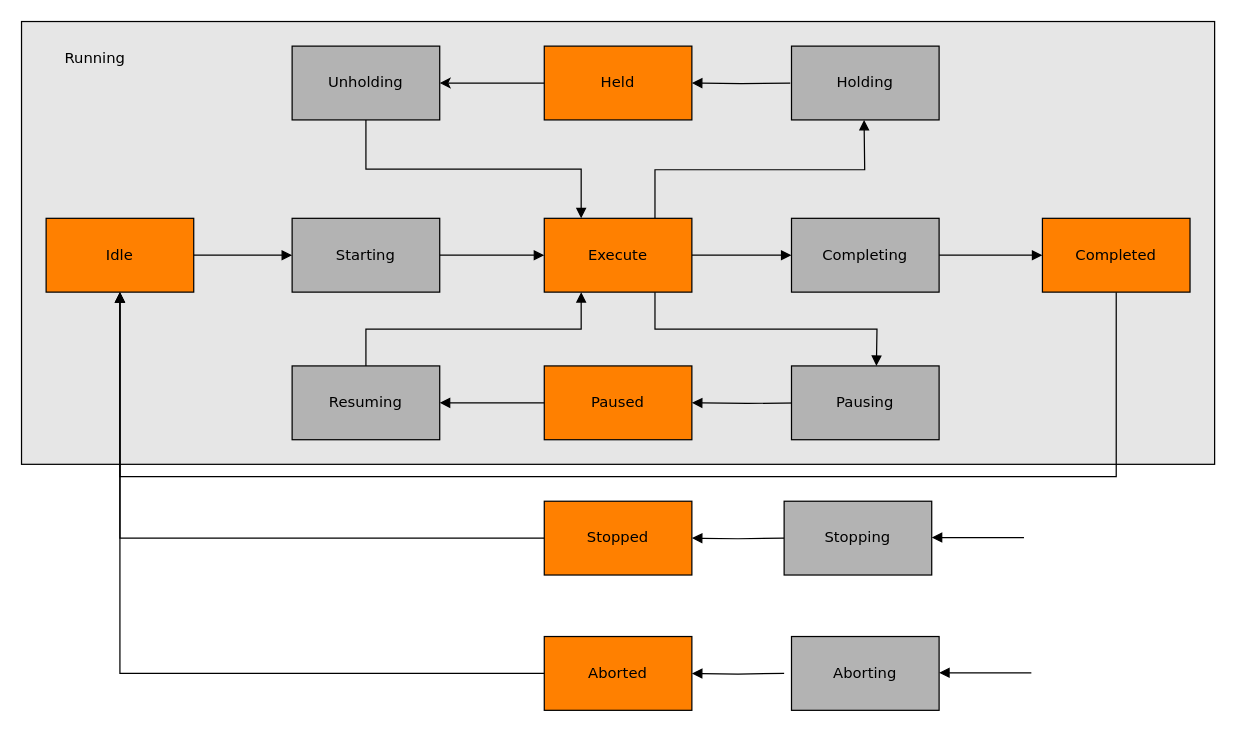
Above: page "ISA88" (1 of 2) of docs/Unbenanntes Diagramm.drawio in PeterZerlauth/Tc3_Component (draw.io), before the change. Source tidied: cells renumbered, new cells numbered last; positions are measured from the earlier drawing's top-left corner, leaving out a move shared by most shapes. Both pictures are drawn from the tidied source at 123%, with x=0, y=0 at pixel (21, 21).
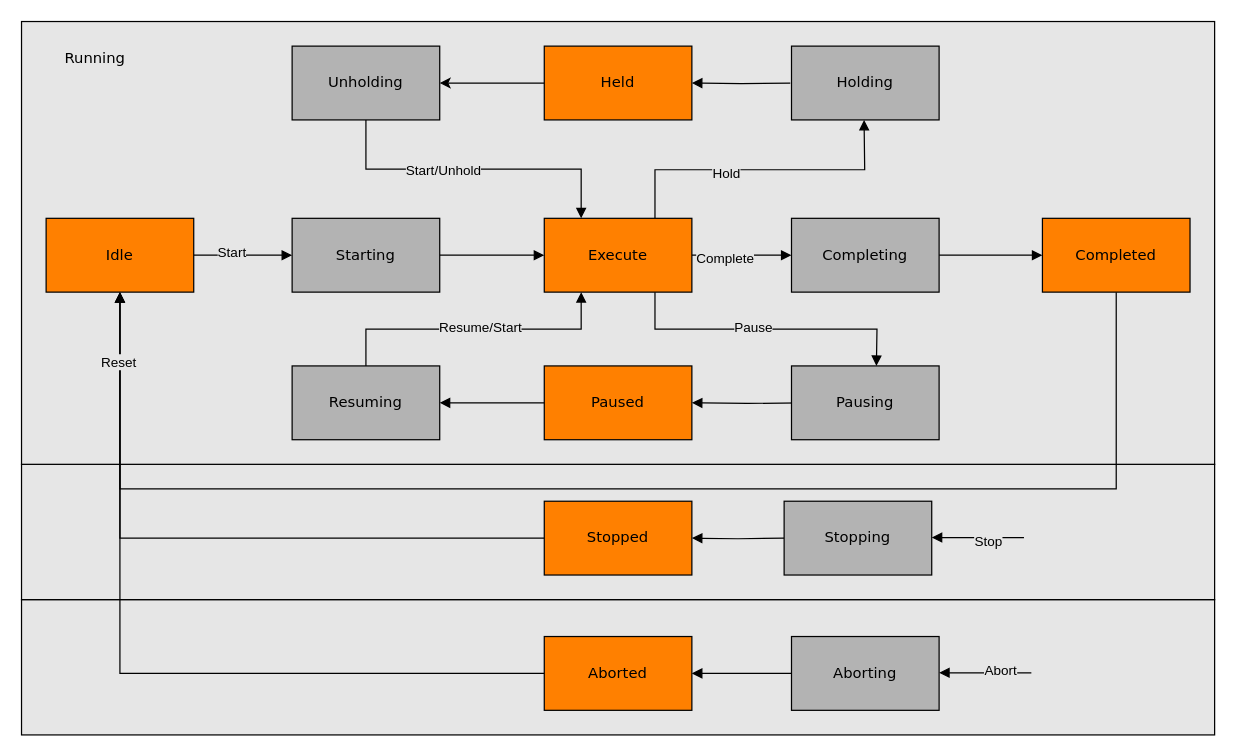
After the change.

Unchanged cells that the change refers to:
```xml
<mxCell id="5" style="edgeStyle=orthogonalEdgeStyle;rounded=0;jettySize=auto;html=1;entryX=0.5;entryY=1;entryDx=0;entryDy=0;strokeColor=default;align=center;verticalAlign=middle;fontFamily=Helvetica;fontSize=11;fontColor=default;labelBackgroundColor=default;endArrow=block;endFill=1;exitX=0.75;exitY=0;exitDx=0;exitDy=0;" parent="1" edge="1" source="7">
  <mxGeometry relative="1" as="geometry">
    <mxPoint x="685" y="80" as="targetPoint" />
  </mxGeometry>
</mxCell>
<mxCell id="6" style="edgeStyle=orthogonalEdgeStyle;rounded=0;jettySize=auto;html=1;exitX=1;exitY=0.5;exitDx=0;exitDy=0;entryX=0;entryY=0.5;entryDx=0;entryDy=0;strokeColor=default;align=center;verticalAlign=middle;fontFamily=Helvetica;fontSize=11;fontColor=default;labelBackgroundColor=default;endArrow=block;endFill=1;" parent="1" edge="1" source="7" target="32">
  <mxGeometry relative="1" as="geometry" />
</mxCell>
<mxCell id="11" style="edgeStyle=orthogonalEdgeStyle;rounded=0;jettySize=auto;html=1;entryX=0.5;entryY=0;entryDx=0;entryDy=0;strokeColor=default;align=center;verticalAlign=middle;fontFamily=Helvetica;fontSize=11;fontColor=default;labelBackgroundColor=default;endArrow=block;endFill=1;exitX=0.75;exitY=1;exitDx=0;exitDy=0;" parent="1" edge="1" source="7">
  <mxGeometry relative="1" as="geometry">
    <mxPoint x="695" y="280" as="targetPoint" />
  </mxGeometry>
</mxCell>
<mxCell id="12" style="edgeStyle=orthogonalEdgeStyle;rounded=0;jettySize=auto;html=1;strokeColor=default;align=center;verticalAlign=middle;fontFamily=Helvetica;fontSize=11;fontColor=default;labelBackgroundColor=default;endArrow=block;endFill=1;entryX=0;entryY=0.5;entryDx=0;entryDy=0;" parent="1" edge="1" source="13" target="23">
  <mxGeometry relative="1" as="geometry" />
</mxCell>
<mxCell id="13" value="Idle" style="rounded=0;whiteSpace=wrap;html=1;arcSize=24;fillColor=#FF8000;strokeColor=#000000;shadow=0;comic=0;labelBackgroundColor=none;fontFamily=Verdana;fontSize=12;fontColor=#000000;align=center;" parent="1" vertex="1">
  <mxGeometry x="20" y="160" width="120" height="60" as="geometry" />
</mxCell>
<mxCell id="17" value="Aborted" style="rounded=0;whiteSpace=wrap;html=1;arcSize=24;fillColor=#FF8000;strokeColor=#000000;shadow=0;comic=0;labelBackgroundColor=none;fontFamily=Verdana;fontSize=12;fontColor=#000000;align=center;" parent="1" vertex="1">
  <mxGeometry x="425" y="500" width="120" height="60" as="geometry" />
</mxCell>
<mxCell id="19" value="Completed" style="rounded=0;whiteSpace=wrap;html=1;arcSize=24;fillColor=#FF8000;strokeColor=#000000;shadow=0;comic=0;labelBackgroundColor=none;fontFamily=Verdana;fontSize=12;fontColor=#000000;align=center;" parent="1" vertex="1">
  <mxGeometry x="830" y="160" width="120" height="60" as="geometry" />
</mxCell>
<mxCell id="25" style="edgeStyle=orthogonalEdgeStyle;rounded=0;jettySize=auto;html=1;exitX=0.5;exitY=1;exitDx=0;exitDy=0;entryX=0.25;entryY=0;entryDx=0;entryDy=0;strokeColor=default;align=center;verticalAlign=middle;fontFamily=Helvetica;fontSize=11;fontColor=default;labelBackgroundColor=default;endArrow=block;endFill=1;" parent="1" edge="1" source="26" target="7">
  <mxGeometry relative="1" as="geometry" />
</mxCell>
<mxCell id="29" style="edgeStyle=orthogonalEdgeStyle;rounded=0;jettySize=auto;html=1;exitX=0.5;exitY=0;exitDx=0;exitDy=0;entryX=0.25;entryY=1;entryDx=0;entryDy=0;strokeColor=default;align=center;verticalAlign=middle;fontFamily=Helvetica;fontSize=11;fontColor=default;labelBackgroundColor=default;endArrow=block;endFill=1;" parent="1" edge="1" source="30" target="7">
  <mxGeometry relative="1" as="geometry" />
</mxCell>
<mxCell id="34" value="Aborting" style="rounded=0;whiteSpace=wrap;html=1;arcSize=24;fillColor=#B3B3B3;strokeColor=#000000;shadow=0;comic=0;labelBackgroundColor=none;fontFamily=Verdana;fontSize=12;fontColor=#000000;align=center;" parent="1" vertex="1">
  <mxGeometry x="626" y="500" width="120" height="60" as="geometry" />
</mxCell>
<mxCell id="35" style="edgeStyle=orthogonalEdgeStyle;rounded=0;orthogonalLoop=1;jettySize=auto;html=1;strokeColor=default;align=center;verticalAlign=middle;fontFamily=Helvetica;fontSize=11;fontColor=default;labelBackgroundColor=default;endArrow=block;endFill=1;" parent="1" edge="1">
  <mxGeometry relative="1" as="geometry">
    <mxPoint x="815" y="419.5" as="sourcePoint" />
    <mxPoint x="740" y="419.5" as="targetPoint" />
  </mxGeometry>
</mxCell>
<mxCell id="36" style="edgeStyle=orthogonalEdgeStyle;rounded=0;orthogonalLoop=1;jettySize=auto;html=1;strokeColor=default;align=center;verticalAlign=middle;fontFamily=Helvetica;fontSize=11;fontColor=default;labelBackgroundColor=default;endArrow=block;endFill=1;" parent="1" edge="1">
  <mxGeometry relative="1" as="geometry">
    <mxPoint x="821" y="529.5" as="sourcePoint" />
    <mxPoint x="746" y="529.5" as="targetPoint" />
  </mxGeometry>
</mxCell>
```

The edit, as a diff of the source:
```diff
@@
+    <mxCell id="38" style="rounded=0;whiteSpace=wrap;html=1;fontFamily=Helvetica;fontSize=11;fontColor=default;labelBackgroundColor=default;fillColor=#E6E6E6;" parent="1" vertex="1">
+      <mxGeometry y="470" width="970" height="110" as="geometry" />
+    </mxCell>
+    <mxCell id="39" style="rounded=0;whiteSpace=wrap;html=1;fontFamily=Helvetica;fontSize=11;fontColor=default;labelBackgroundColor=default;fillColor=#E6E6E6;" parent="1" vertex="1">
+      <mxGeometry y="360" width="970" height="110" as="geometry" />
+    </mxCell>
@@
+    <mxCell id="40" value="Hold" style="edgeLabel;html=1;align=center;verticalAlign=middle;fontFamily=Helvetica;fontSize=11;fontColor=default;labelBackgroundColor=#E6E6E6;" parent="5" vertex="1">
+      <mxGeometry x="-0.23" y="-2" relative="1" as="geometry">
+        <mxPoint x="1" y="1" as="offset" />
+      </mxGeometry>
+    </mxCell>
@@
+    <mxCell id="41" value="Complete" style="edgeLabel;html=1;align=center;verticalAlign=middle;fontFamily=Helvetica;fontSize=11;fontColor=default;labelBackgroundColor=#E6E6E6;" parent="6" vertex="1">
+      <mxGeometry x="-0.36" y="-2" relative="1" as="geometry" />
+    </mxCell>
@@
+    <mxCell id="42" value="Pause" style="edgeLabel;html=1;align=center;verticalAlign=middle;fontFamily=Helvetica;fontSize=11;fontColor=default;labelBackgroundColor=#E6E6E6;" parent="11" vertex="1">
+      <mxGeometry x="-0.09" y="2" relative="1" as="geometry" />
+    </mxCell>
@@
+    <mxCell id="43" value="Start" style="edgeLabel;html=1;align=center;verticalAlign=middle;fontFamily=Helvetica;fontSize=11;fontColor=default;labelBackgroundColor=#E6E6E6;" parent="12" vertex="1">
+      <mxGeometry x="-0.25" y="3" relative="1" as="geometry" />
+    </mxCell>
@@
     <mxCell id="18" style="edgeStyle=orthogonalEdgeStyle;rounded=0;jettySize=auto;html=1;exitX=0.5;exitY=1;exitDx=0;exitDy=0;entryX=0.5;entryY=1;entryDx=0;entryDy=0;strokeColor=default;align=center;verticalAlign=middle;fontFamily=Helvetica;fontSize=11;fontColor=default;labelBackgroundColor=default;endArrow=block;endFill=1;" parent="1" edge="1" source="19" target="13">
       <mxGeometry relative="1" as="geometry">
         <Array as="points">
-          <mxPoint x="890" y="370" />
-          <mxPoint x="80" y="370" />
+          <mxPoint x="890" y="380" />
+          <mxPoint x="80" y="380" />
         </Array>
       </mxGeometry>
     </mxCell>
+    <mxCell id="44" value="Reset" style="edgeLabel;html=1;align=center;verticalAlign=middle;fontFamily=Helvetica;fontSize=11;fontColor=default;labelBackgroundColor=#E6E6E6;" parent="18" vertex="1">
+      <mxGeometry x="0.9" y="2" relative="1" as="geometry" />
+    </mxCell>
@@
-    <mxCell id="21" style="edgeStyle=orthogonalEdgeStyle;rounded=0;jettySize=auto;html=1;strokeColor=default;align=center;verticalAlign=middle;fontFamily=Helvetica;fontSize=11;fontColor=default;labelBackgroundColor=default;endArrow=block;endFill=1;" parent="1" edge="1" target="17">
-      <mxGeometry relative="1" as="geometry">
-        <mxPoint x="620" y="530" as="sourcePoint" />
-      </mxGeometry>
+    <mxCell id="21" style="edgeStyle=orthogonalEdgeStyle;rounded=0;jettySize=auto;html=1;strokeColor=default;align=center;verticalAlign=middle;fontFamily=Helvetica;fontSize=11;fontColor=default;labelBackgroundColor=default;endArrow=block;endFill=1;exitX=0.033;exitY=0.5;exitDx=0;exitDy=0;exitPerimeter=0;" parent="1" edge="1" source="34" target="17">
+      <mxGeometry relative="1" as="geometry" />
     </mxCell>
@@
+    <mxCell id="45" value="Start/Unhold" style="edgeLabel;html=1;align=center;verticalAlign=middle;fontFamily=Helvetica;fontSize=11;fontColor=default;labelBackgroundColor=#E6E6E6;" parent="25" vertex="1">
+      <mxGeometry x="-0.2" relative="1" as="geometry" />
+    </mxCell>
@@
+    <mxCell id="46" value="Resume/Start" style="edgeLabel;html=1;align=center;verticalAlign=middle;fontFamily=Helvetica;fontSize=11;fontColor=default;labelBackgroundColor=#E6E6E6;" parent="29" vertex="1">
+      <mxGeometry x="0.04" y="2" relative="1" as="geometry" />
+    </mxCell>
@@
+    <mxCell id="47" value="Stop" style="edgeLabel;html=1;align=center;verticalAlign=middle;fontFamily=Helvetica;fontSize=11;fontColor=default;labelBackgroundColor=#E6E6E6;" parent="35" vertex="1">
+      <mxGeometry x="-0.2" y="3" relative="1" as="geometry" />
+    </mxCell>
@@
+    <mxCell id="48" value="Abort" style="edgeLabel;html=1;align=center;verticalAlign=middle;fontFamily=Helvetica;fontSize=11;fontColor=default;labelBackgroundColor=#E6E6E6;" parent="36" vertex="1">
+      <mxGeometry x="-0.31" y="-2" relative="1" as="geometry" />
+    </mxCell>
```
